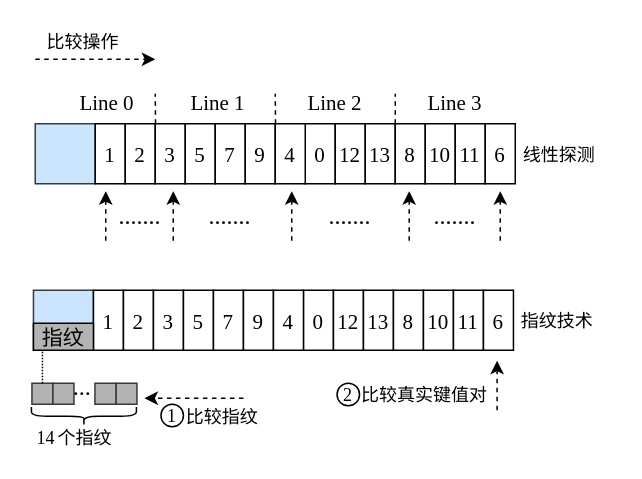
Earlier version of the draw.io diagram page "指纹技术" (8 of 22) of 毕业论文.drawio (HustDsy/Picture). Source tidied: cells renumbered, new cells numbered last; positions are measured from the earlier drawing's top-left corner, leaving out a move shared by most shapes. Both pictures are drawn from the tidied source at 150%, with x=0, y=0 at pixel (24, 24).
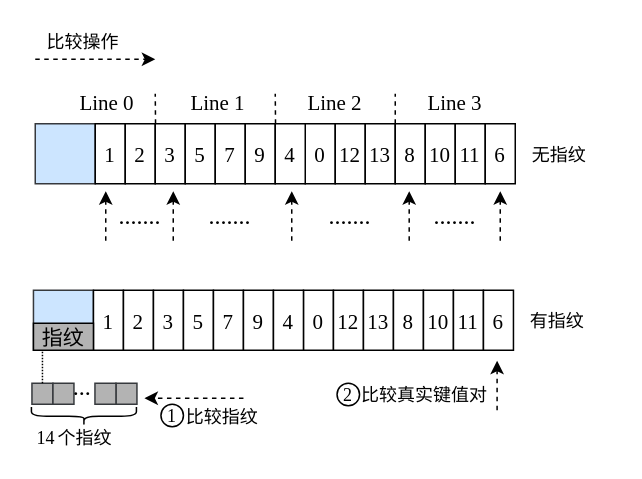
Above is the later version.

Diff of the diagram source:
```diff
@@
-    <mxCell id="70" value="线性探测" style="text;strokeColor=none;fillColor=none;align=center;verticalAlign=middle;rounded=0;glass=0;dashed=1;labelBackgroundColor=none;labelBorderColor=none;fontFamily=简宋;fontSize=12;fontColor=none;" parent="1" vertex="1">
+    <mxCell id="70" value="无指纹" style="text;strokeColor=none;fillColor=none;align=center;verticalAlign=middle;rounded=0;glass=0;dashed=1;labelBackgroundColor=none;labelBorderColor=none;fontFamily=简宋;fontSize=12;fontColor=none;" parent="1" vertex="1">
       <mxGeometry x="317.5" y="71" width="78" height="30" as="geometry" />
     </mxCell>
-    <mxCell id="71" value="指纹技术" style="text;strokeColor=none;fillColor=none;align=center;verticalAlign=middle;rounded=0;glass=0;dashed=1;labelBackgroundColor=none;labelBorderColor=none;fontFamily=简宋;fontSize=12;fontColor=none;" parent="1" vertex="1">
+    <mxCell id="71" value="有指纹" style="text;strokeColor=none;fillColor=none;align=center;verticalAlign=middle;rounded=0;glass=0;dashed=1;labelBackgroundColor=none;labelBorderColor=none;fontFamily=简宋;fontSize=12;fontColor=none;" parent="1" vertex="1">
       <mxGeometry x="316.2" y="182" width="78" height="30" as="geometry" />
     </mxCell>
```
